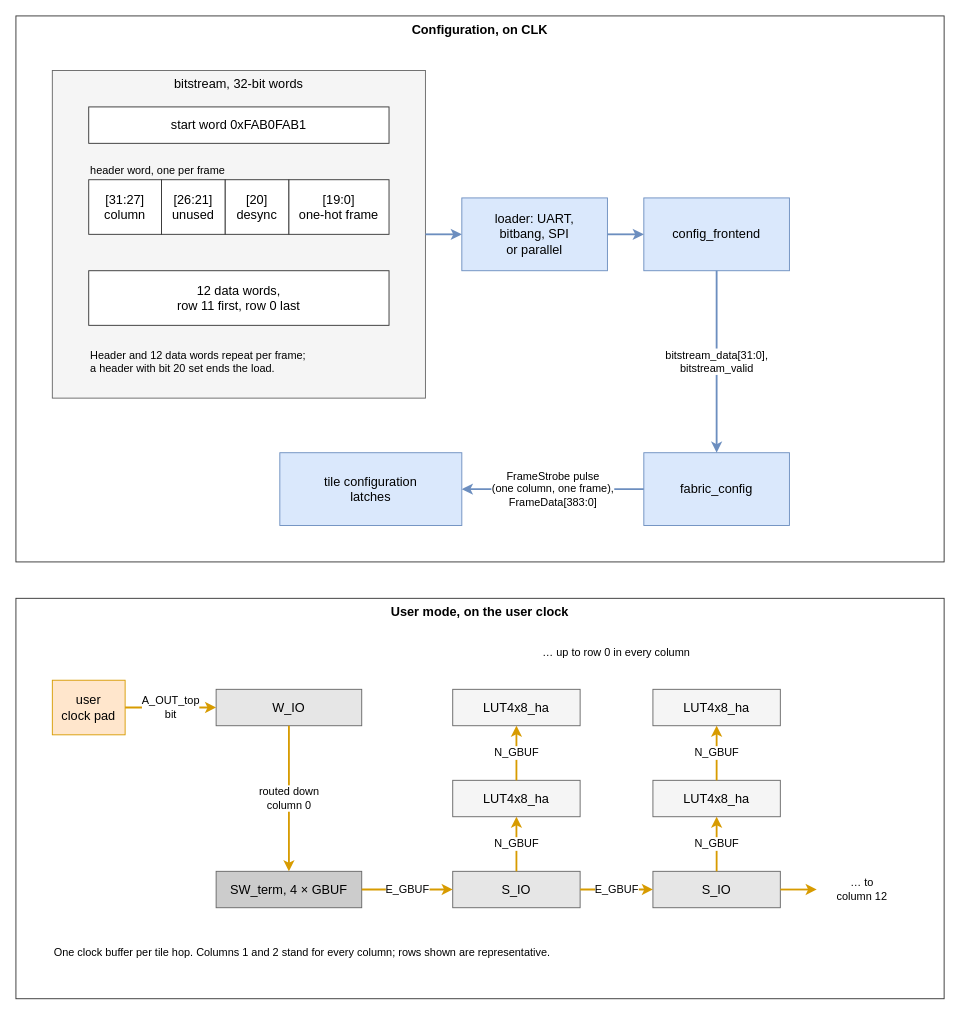
The draw.io diagram submission/images/operation_flow.drawio in KelvinChung2000/demo-ics55, before the edit. Source tidied: cells renumbered, new cells numbered last; positions are measured from the earlier drawing's top-left corner, leaving out a move shared by most shapes. Both pictures are drawn from the tidied source at 91%, with x=0, y=0 at pixel (15, 15).
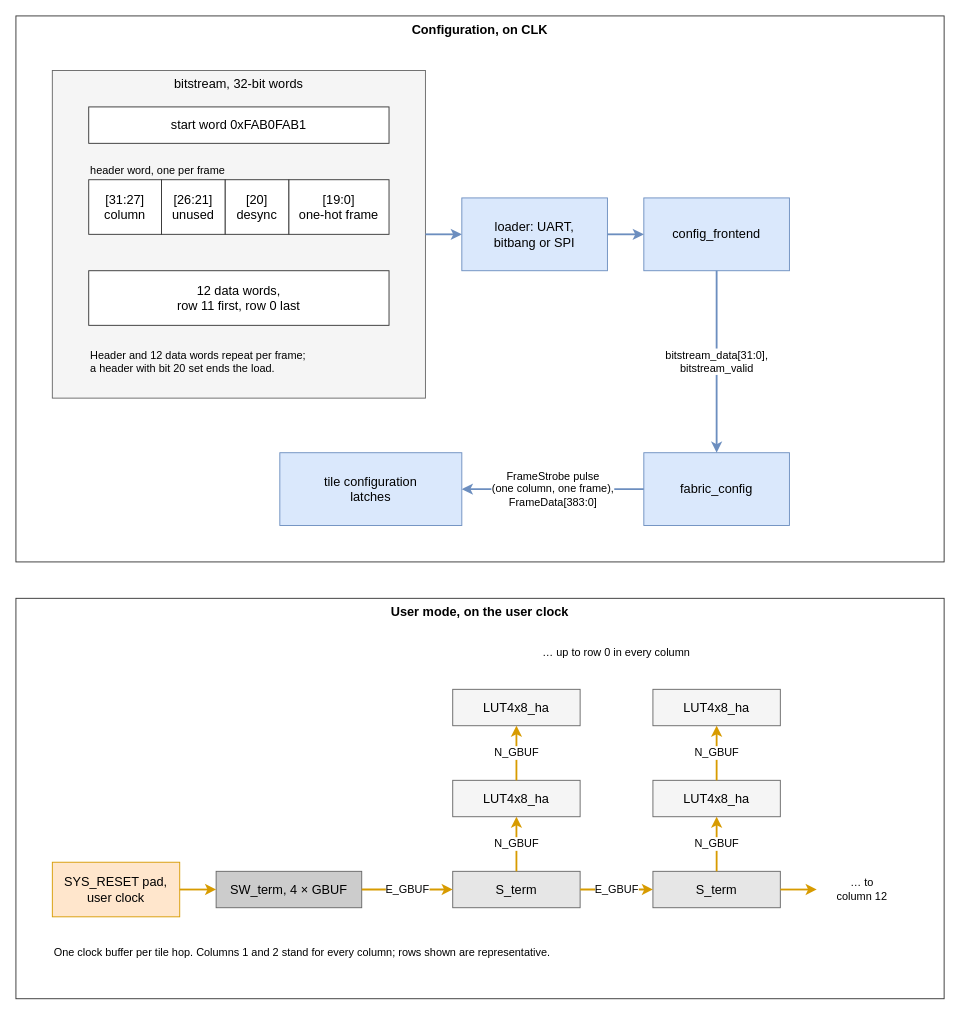
After the change.

Unchanged cells that the change refers to:
```xml
<mxCell id="2" value="Configuration, on CLK" style="rounded=0;whiteSpace=wrap;html=1;fillColor=#ffffff;strokeColor=#333333;fontFamily=Helvetica;fontSize=14;verticalAlign=top;fontStyle=1;" parent="1" vertex="1">
  <mxGeometry width="1020" height="600" as="geometry" />
</mxCell>
<mxCell id="20" value="User mode, on the user clock" style="rounded=0;whiteSpace=wrap;html=1;fillColor=#ffffff;strokeColor=#333333;fontFamily=Helvetica;fontSize=14;verticalAlign=top;fontStyle=1;" parent="1" vertex="1">
  <mxGeometry y="640" width="1020" height="440" as="geometry" />
</mxCell>
<mxCell id="23" value="SW_term, 4 × GBUF" style="rounded=0;whiteSpace=wrap;html=1;fillColor=#cccccc;strokeColor=#666666;fontFamily=Helvetica;fontSize=14;" parent="20" vertex="1">
  <mxGeometry x="220" y="300" width="160" height="40" as="geometry" />
</mxCell>
```

Diff of the diagram source:
```diff
@@
-    <mxCell id="12" value="loader: UART,&lt;br&gt;bitbang, SPI&lt;br&gt;or parallel" style="rounded=0;whiteSpace=wrap;html=1;fillColor=#dae8fc;strokeColor=#6c8ebf;fontFamily=Helvetica;fontSize=14;" parent="2" vertex="1">
+    <mxCell id="12" value="loader: UART,&lt;br&gt;bitbang or SPI" style="rounded=0;whiteSpace=wrap;html=1;fillColor=#dae8fc;strokeColor=#6c8ebf;fontFamily=Helvetica;fontSize=14;" parent="2" vertex="1">
       <mxGeometry x="490" y="200" width="160" height="80" as="geometry" />
     </mxCell>
@@
-    <mxCell id="21" value="user&lt;br&gt;clock pad" style="rounded=0;whiteSpace=wrap;html=1;fillColor=#ffe6cc;strokeColor=#d79b00;fontFamily=Helvetica;fontSize=14;" parent="20" vertex="1">
-      <mxGeometry x="40" y="90" width="80" height="60" as="geometry" />
+    <mxCell id="21" value="SYS_RESET pad,&lt;br&gt;user clock" style="rounded=0;whiteSpace=wrap;html=1;fillColor=#ffe6cc;strokeColor=#d79b00;fontFamily=Helvetica;fontSize=14;" parent="20" vertex="1">
+      <mxGeometry x="40" y="290" width="140" height="60" as="geometry" />
     </mxCell>
-    <mxCell id="22" value="W_IO" style="rounded=0;whiteSpace=wrap;html=1;fillColor=#e6e6e6;strokeColor=#666666;fontFamily=Helvetica;fontSize=14;" parent="20" vertex="1">
-      <mxGeometry x="220" y="100" width="160" height="40" as="geometry" />
-    </mxCell>
@@
-    <mxCell id="26" value="S_IO" style="rounded=0;whiteSpace=wrap;html=1;fillColor=#e6e6e6;strokeColor=#666666;fontFamily=Helvetica;fontSize=14;" parent="20" vertex="1">
+    <mxCell id="26" value="S_term" style="rounded=0;whiteSpace=wrap;html=1;fillColor=#e6e6e6;strokeColor=#666666;fontFamily=Helvetica;fontSize=14;" parent="20" vertex="1">
       <mxGeometry x="480" y="300" width="140" height="40" as="geometry" />
     </mxCell>
@@
-    <mxCell id="31" value="S_IO" style="rounded=0;whiteSpace=wrap;html=1;fillColor=#e6e6e6;strokeColor=#666666;fontFamily=Helvetica;fontSize=14;" parent="20" vertex="1">
+    <mxCell id="31" value="S_term" style="rounded=0;whiteSpace=wrap;html=1;fillColor=#e6e6e6;strokeColor=#666666;fontFamily=Helvetica;fontSize=14;" parent="20" vertex="1">
       <mxGeometry x="700" y="300" width="140" height="40" as="geometry" />
     </mxCell>
@@
-    <mxCell id="36" value="A_OUT_top&lt;br&gt;bit" style="edgeStyle=orthogonalEdgeStyle;rounded=0;html=1;endArrow=classic;endFill=1;strokeColor=#d79b00;strokeWidth=2;fontFamily=Helvetica;fontSize=12;labelBackgroundColor=default;exitX=1;exitY=0.5;exitDx=0;exitDy=0;entryX=0;entryY=0.5;entryDx=0;entryDy=0;" parent="1" edge="1" source="21" target="22">
+    <mxCell id="36" style="edgeStyle=orthogonalEdgeStyle;rounded=0;html=1;endArrow=classic;endFill=1;strokeColor=#d79b00;strokeWidth=2;fontFamily=Helvetica;fontSize=12;labelBackgroundColor=default;exitX=1;exitY=0.5;exitDx=0;exitDy=0;entryX=0;entryY=0.5;entryDx=0;entryDy=0;" parent="1" edge="1" source="21" target="23">
       <mxGeometry relative="1" as="geometry" />
     </mxCell>
-    <mxCell id="37" value="routed down&lt;br&gt;column 0" style="edgeStyle=orthogonalEdgeStyle;rounded=0;html=1;endArrow=classic;endFill=1;strokeColor=#d79b00;strokeWidth=2;fontFamily=Helvetica;fontSize=12;labelBackgroundColor=#ffffff;exitX=0.5;exitY=1;exitDx=0;exitDy=0;entryX=0.5;entryY=0;entryDx=0;entryDy=0;" parent="1" edge="1" source="22" target="23">
-      <mxGeometry relative="1" as="geometry" />
-    </mxCell>
```
